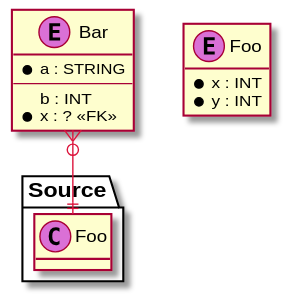
This is pkg/arrai/out/data_diagram.svg from anz-bank/sysl, a PlantUML export, as it was before one commit.
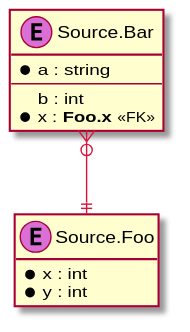
Later version of the same file.

Commit message:
Update model loading and fix data diagram

Diff of the diagram source:
```diff
@@ -7,17 +7,17 @@
 skinparam stereotypeCBackgroundColor Orchid
 hide methods
 
-entity Bar {
-  *a : STRING
+entity Source.Bar {
+  * a : string
   --
-  b : INT
-  *x : ? <<FK>>
+  b : int
+  * x : **Foo.x** <<FK>>
 }
 
-entity Foo {
-  *x : INT
-  *y : INT
+entity Source.Foo {
+  * x : int
+  * y : int
 }
 
-Bar             }o--|| Source.Foo
+Source.Bar             }o--|| Source.Foo
 @enduml
```
